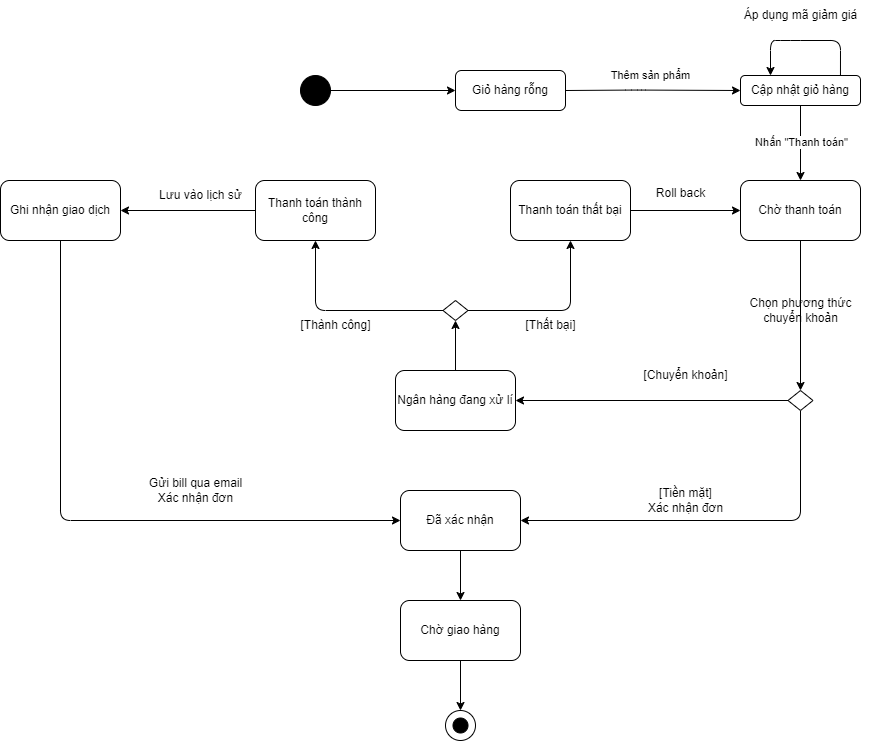
The draw.io diagram Sate Machine Diagram/Cart_Checkout.drawio.png in NguyenThaiDung2003/IT3120Nhom11, before a commit. Source tidied: cells renumbered, new cells last; positions are measured from the earlier drawing's top-left corner, leaving out a move shared by most shapes. The source it was exported from:
```xml
<mxGraphModel background="#FFFFFF">
  <root>
    <mxCell id="0" />
    <mxCell id="1" parent="0" />
    <mxCell id="2" value="Thanh toán thất bại" style="rounded=1;whiteSpace=wrap;html=1;" parent="1" vertex="1">
      <mxGeometry x="510" y="180" width="120" height="60" as="geometry" />
    </mxCell>
    <mxCell id="3" value="Thanh toán thành công" style="rounded=1;whiteSpace=wrap;html=1;" parent="1" vertex="1">
      <mxGeometry x="255" y="180" width="120" height="60" as="geometry" />
    </mxCell>
    <mxCell id="4" value="Giỏ hàng rỗng" style="rounded=1;whiteSpace=wrap;html=1;" parent="1" vertex="1">
      <mxGeometry x="455" y="70" width="110" height="40" as="geometry" />
    </mxCell>
    <mxCell id="5" value="Cập nhật giỏ hàng" style="rounded=1;whiteSpace=wrap;html=1;" parent="1" vertex="1">
      <mxGeometry x="740" y="75" width="120" height="30" as="geometry" />
    </mxCell>
    <mxCell id="6" value="Chờ thanh toán" style="rounded=1;whiteSpace=wrap;html=1;" parent="1" vertex="1">
      <mxGeometry x="740" y="180" width="120" height="60" as="geometry" />
    </mxCell>
    <mxCell id="7" value="Ngân hàng đang xử lí" style="rounded=1;whiteSpace=wrap;html=1;" parent="1" vertex="1">
      <mxGeometry x="395" y="370" width="120" height="60" as="geometry" />
    </mxCell>
    <mxCell id="8" style="ellipse;whiteSpace=wrap;html=1;fillColor=#000000;" parent="1" vertex="1">
      <mxGeometry x="300" y="75" width="30" height="30" as="geometry" />
    </mxCell>
    <mxCell id="9" style="endArrow=classic;html=1;exitX=1;exitY=0.5;exitDx=0;exitDy=0;entryX=0;entryY=0.5;entryDx=0;entryDy=0;" parent="1" edge="1" source="8" target="4">
      <mxGeometry relative="1" as="geometry" />
    </mxCell>
    <mxCell id="10" style="endArrow=classic;html=1;exitX=1;exitY=0.5;exitDx=0;exitDy=0;entryX=0;entryY=0.5;entryDx=0;entryDy=0;" parent="1" edge="1" source="4" target="5">
      <mxGeometry relative="1" as="geometry">
        <Array as="points">
          <mxPoint x="635" y="89.6" />
        </Array>
      </mxGeometry>
    </mxCell>
    <mxCell id="11" value="Thêm sản phẩm" style="edgeLabel;html=1;align=center;verticalAlign=middle;" parent="10" vertex="1">
      <mxGeometry x="0.01" relative="1" as="geometry">
        <mxPoint x="-3" y="-15" as="offset" />
      </mxGeometry>
    </mxCell>
    <mxCell id="12" style="endArrow=classic;html=1;exitX=0.5;exitY=1;exitDx=0;exitDy=0;entryX=0.5;entryY=0;entryDx=0;entryDy=0;" parent="1" edge="1" source="5" target="6">
      <mxGeometry relative="1" as="geometry" />
    </mxCell>
    <mxCell id="13" value="Nhấn &quot;Thanh toán&quot;" style="edgeLabel;html=1;align=center;verticalAlign=middle;" parent="12" vertex="1">
      <mxGeometry x="0.01" relative="1" as="geometry">
        <mxPoint y="-2" as="offset" />
      </mxGeometry>
    </mxCell>
    <mxCell id="14" style="endArrow=classic;html=1;exitX=0.5;exitY=1;exitDx=0;exitDy=0;entryX=0.5;entryY=0;entryDx=0;entryDy=0;" parent="1" edge="1" source="6" target="31">
      <mxGeometry relative="1" as="geometry" />
    </mxCell>
    <mxCell id="15" value="Chọn phương thức&lt;div&gt;chuyển khoản&lt;/div&gt;" style="text;html=1;align=center;verticalAlign=middle;strokeColor=none;fillColor=none;" parent="1" vertex="1">
      <mxGeometry x="735" y="290" width="130" height="40" as="geometry" />
    </mxCell>
    <mxCell id="16" style="endArrow=classic;html=1;exitX=0.5;exitY=0;exitDx=0;exitDy=0;entryX=0.5;entryY=1;entryDx=0;entryDy=0;" parent="1" edge="1" source="7" target="26">
      <mxGeometry relative="1" as="geometry" />
    </mxCell>
    <mxCell id="17" style="endArrow=classic;html=1;exitX=0.833;exitY=0;exitDx=0;exitDy=0;entryX=0.25;entryY=0;entryDx=0;entryDy=0;exitPerimeter=0;" parent="1" edge="1" source="5" target="5">
      <mxGeometry relative="1" as="geometry">
        <Array as="points">
          <mxPoint x="840" y="40" />
          <mxPoint x="790" y="40" />
          <mxPoint x="770" y="40" />
        </Array>
      </mxGeometry>
    </mxCell>
    <mxCell id="18" value="Áp dụng mã giảm giá" style="text;html=1;align=center;verticalAlign=middle;strokeColor=none;fillColor=none;" parent="1" vertex="1">
      <mxGeometry x="730" width="140" height="30" as="geometry" />
    </mxCell>
    <mxCell id="19" value="Gửi bill qua email&lt;div&gt;Xác nhận đơn&lt;/div&gt;" style="text;html=1;align=center;verticalAlign=middle;strokeColor=none;fillColor=none;" parent="1" vertex="1">
      <mxGeometry x="135" y="470" width="120" height="40" as="geometry" />
    </mxCell>
    <mxCell id="20" value="Chờ giao hàng" style="rounded=1;whiteSpace=wrap;html=1;" parent="1" vertex="1">
      <mxGeometry x="400" y="600" width="120" height="60" as="geometry" />
    </mxCell>
    <mxCell id="21" style="endArrow=classic;html=1;exitX=0.5;exitY=1;exitDx=0;exitDy=0;entryX=0.5;entryY=0;entryDx=0;entryDy=0;" parent="1" edge="1" source="20" target="22">
      <mxGeometry relative="1" as="geometry" />
    </mxCell>
    <mxCell id="22" style="ellipse;whiteSpace=wrap;html=1;" parent="1" vertex="1">
      <mxGeometry x="445" y="710" width="30" height="30" as="geometry" />
    </mxCell>
    <mxCell id="23" style="endArrow=classic;html=1;exitX=0.5;exitY=1;exitDx=0;exitDy=0;entryX=1;entryY=0.5;entryDx=0;entryDy=0;" parent="1" edge="1" source="31" target="39">
      <mxGeometry relative="1" as="geometry">
        <Array as="points">
          <mxPoint x="800" y="520" />
        </Array>
      </mxGeometry>
    </mxCell>
    <mxCell id="24" value="[Tiền mặt]&lt;br&gt;&lt;div&gt;&lt;span style=&quot;background-color: transparent;&quot;&gt;Xác nhận đơn&lt;/span&gt;&lt;/div&gt;" style="text;html=1;align=center;verticalAlign=middle;strokeColor=none;fillColor=none;" parent="1" vertex="1">
      <mxGeometry x="635" y="480" width="100" height="40" as="geometry" />
    </mxCell>
    <mxCell id="25" style="ellipse;whiteSpace=wrap;html=1;fillColor=#000000;" parent="1" vertex="1">
      <mxGeometry x="452.5" y="717.5" width="15" height="15" as="geometry" />
    </mxCell>
    <mxCell id="26" style="rhombus;whiteSpace=wrap;html=1;" parent="1" vertex="1">
      <mxGeometry x="442.5" y="300" width="25" height="20" as="geometry" />
    </mxCell>
    <mxCell id="27" style="endArrow=classic;html=1;exitX=0;exitY=0.5;exitDx=0;exitDy=0;entryX=0.5;entryY=1;entryDx=0;entryDy=0;" parent="1" edge="1" source="26" target="3">
      <mxGeometry relative="1" as="geometry">
        <Array as="points">
          <mxPoint x="315" y="310" />
        </Array>
      </mxGeometry>
    </mxCell>
    <mxCell id="28" style="endArrow=classic;html=1;exitX=1;exitY=0.5;exitDx=0;exitDy=0;entryX=0.5;entryY=1;entryDx=0;entryDy=0;" parent="1" edge="1" source="26" target="2">
      <mxGeometry relative="1" as="geometry">
        <Array as="points">
          <mxPoint x="570" y="310" />
        </Array>
      </mxGeometry>
    </mxCell>
    <mxCell id="29" value="[Thất bại]" style="text;html=1;align=center;verticalAlign=middle;strokeColor=none;fillColor=none;" parent="1" vertex="1">
      <mxGeometry x="515" y="310" width="70" height="30" as="geometry" />
    </mxCell>
    <mxCell id="30" value="[Thành công]" style="text;html=1;align=center;verticalAlign=middle;strokeColor=none;fillColor=none;" parent="1" vertex="1">
      <mxGeometry x="290" y="310" width="90" height="30" as="geometry" />
    </mxCell>
    <mxCell id="31" style="rhombus;whiteSpace=wrap;html=1;" parent="1" vertex="1">
      <mxGeometry x="787.5" y="390" width="25" height="20" as="geometry" />
    </mxCell>
    <mxCell id="32" style="endArrow=classic;html=1;exitX=0;exitY=0.5;exitDx=0;exitDy=0;entryX=1;entryY=0.5;entryDx=0;entryDy=0;" parent="1" edge="1" source="31" target="7">
      <mxGeometry relative="1" as="geometry" />
    </mxCell>
    <mxCell id="33" value="[Chuyển khoản]" style="text;html=1;align=center;verticalAlign=middle;strokeColor=none;fillColor=none;" parent="1" vertex="1">
      <mxGeometry x="630" y="360" width="110" height="30" as="geometry" />
    </mxCell>
    <mxCell id="34" value="&lt;span style=&quot;color: rgb(0, 0, 0); text-wrap-mode: nowrap;&quot;&gt;Ghi nhận giao dịch&lt;/span&gt;" style="rounded=1;whiteSpace=wrap;html=1;" parent="1" vertex="1">
      <mxGeometry y="180" width="120" height="60" as="geometry" />
    </mxCell>
    <mxCell id="35" style="endArrow=classic;html=1;exitX=0;exitY=0.5;exitDx=0;exitDy=0;entryX=1;entryY=0.5;entryDx=0;entryDy=0;" parent="1" edge="1" source="3" target="34">
      <mxGeometry relative="1" as="geometry" />
    </mxCell>
    <mxCell id="36" value="Lưu vào lịch sử" style="text;html=1;align=center;verticalAlign=middle;strokeColor=none;fillColor=none;" parent="1" vertex="1">
      <mxGeometry x="145" y="180" width="110" height="30" as="geometry" />
    </mxCell>
    <mxCell id="37" style="endArrow=classic;html=1;exitX=0.5;exitY=1;exitDx=0;exitDy=0;entryX=0;entryY=0.5;entryDx=0;entryDy=0;" parent="1" edge="1" source="34" target="39">
      <mxGeometry relative="1" as="geometry">
        <Array as="points">
          <mxPoint x="60" y="520" />
        </Array>
      </mxGeometry>
    </mxCell>
    <mxCell id="38" style="endArrow=classic;html=1;exitX=1;exitY=0.5;exitDx=0;exitDy=0;entryX=0;entryY=0.5;entryDx=0;entryDy=0;" parent="1" edge="1" source="2" target="6">
      <mxGeometry relative="1" as="geometry" />
    </mxCell>
    <mxCell id="39" value="Đã xác nhận" style="rounded=1;whiteSpace=wrap;html=1;" parent="1" vertex="1">
      <mxGeometry x="400" y="490" width="120" height="60" as="geometry" />
    </mxCell>
    <mxCell id="40" style="endArrow=classic;html=1;exitX=0.5;exitY=1;exitDx=0;exitDy=0;entryX=0.5;entryY=0;entryDx=0;entryDy=0;" parent="1" edge="1" source="39" target="20">
      <mxGeometry relative="1" as="geometry" />
    </mxCell>
    <mxCell id="41" value="Roll back" style="text;html=1;align=center;verticalAlign=middle;strokeColor=none;fillColor=none;" parent="1" vertex="1">
      <mxGeometry x="645" y="178" width="70" height="30" as="geometry" />
    </mxCell>
  </root>
</mxGraphModel>
```
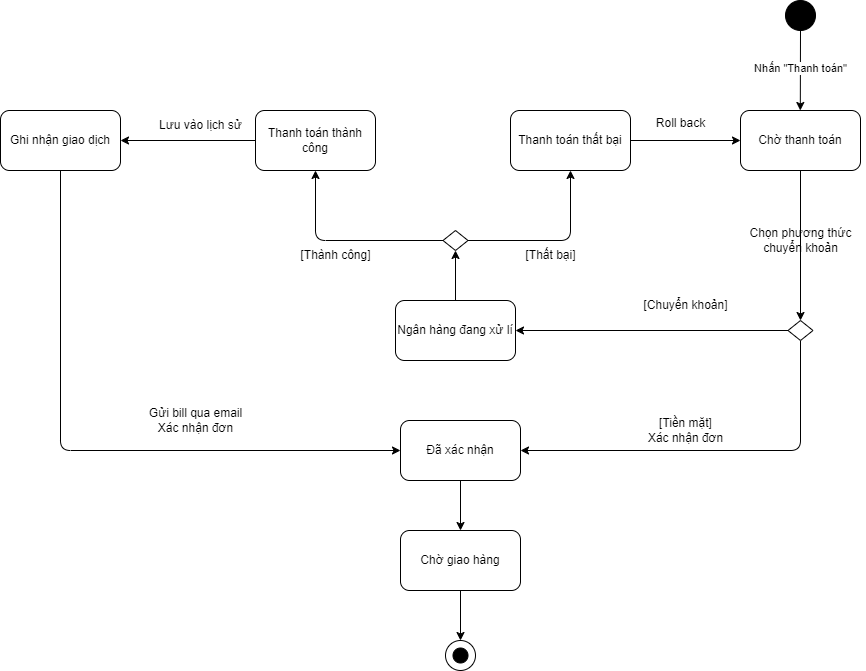
After the commit.

Commit message:
Sửa phần Máy trạng thái ( Thnah toán và giỏ hàng)

Change to the diagram source:
```diff
@@ -8,12 +8,6 @@
     <mxCell id="3" value="Thanh toán thành công" style="rounded=1;whiteSpace=wrap;html=1;" parent="1" vertex="1">
       <mxGeometry x="255" y="180" width="120" height="60" as="geometry" />
     </mxCell>
-    <mxCell id="4" value="Giỏ hàng rỗng" style="rounded=1;whiteSpace=wrap;html=1;" parent="1" vertex="1">
-      <mxGeometry x="455" y="70" width="110" height="40" as="geometry" />
-    </mxCell>
-    <mxCell id="5" value="Cập nhật giỏ hàng" style="rounded=1;whiteSpace=wrap;html=1;" parent="1" vertex="1">
-      <mxGeometry x="740" y="75" width="120" height="30" as="geometry" />
-    </mxCell>
     <mxCell id="6" value="Chờ thanh toán" style="rounded=1;whiteSpace=wrap;html=1;" parent="1" vertex="1">
       <mxGeometry x="740" y="180" width="120" height="60" as="geometry" />
     </mxCell>
@@ -21,25 +15,12 @@
       <mxGeometry x="395" y="370" width="120" height="60" as="geometry" />
     </mxCell>
     <mxCell id="8" style="ellipse;whiteSpace=wrap;html=1;fillColor=#000000;" parent="1" vertex="1">
-      <mxGeometry x="300" y="75" width="30" height="30" as="geometry" />
+      <mxGeometry x="785" y="70" width="30" height="30" as="geometry" />
     </mxCell>
-    <mxCell id="9" style="endArrow=classic;html=1;exitX=1;exitY=0.5;exitDx=0;exitDy=0;entryX=0;entryY=0.5;entryDx=0;entryDy=0;" parent="1" edge="1" source="8" target="4">
-      <mxGeometry relative="1" as="geometry" />
-    </mxCell>
-    <mxCell id="10" style="endArrow=classic;html=1;exitX=1;exitY=0.5;exitDx=0;exitDy=0;entryX=0;entryY=0.5;entryDx=0;entryDy=0;" parent="1" edge="1" source="4" target="5">
-      <mxGeometry relative="1" as="geometry">
-        <Array as="points">
-          <mxPoint x="635" y="89.6" />
-        </Array>
-      </mxGeometry>
-    </mxCell>
-    <mxCell id="11" value="Thêm sản phẩm" style="edgeLabel;html=1;align=center;verticalAlign=middle;" parent="10" vertex="1">
-      <mxGeometry x="0.01" relative="1" as="geometry">
-        <mxPoint x="-3" y="-15" as="offset" />
-      </mxGeometry>
-    </mxCell>
-    <mxCell id="12" style="endArrow=classic;html=1;exitX=0.5;exitY=1;exitDx=0;exitDy=0;entryX=0.5;entryY=0;entryDx=0;entryDy=0;" parent="1" edge="1" source="5" target="6">
-      <mxGeometry relative="1" as="geometry" />
+    <mxCell id="12" style="endArrow=classic;html=1;exitX=0.5;exitY=1;exitDx=0;exitDy=0;entryX=0.5;entryY=0;entryDx=0;entryDy=0;" parent="1" edge="1" source="8">
+      <mxGeometry relative="1" as="geometry">
+        <mxPoint x="799.8" y="180" as="targetPoint" />
+      </mxGeometry>
     </mxCell>
     <mxCell id="13" value="Nhấn &quot;Thanh toán&quot;" style="edgeLabel;html=1;align=center;verticalAlign=middle;" parent="12" vertex="1">
       <mxGeometry x="0.01" relative="1" as="geometry">
@@ -55,18 +36,6 @@
     <mxCell id="16" style="endArrow=classic;html=1;exitX=0.5;exitY=0;exitDx=0;exitDy=0;entryX=0.5;entryY=1;entryDx=0;entryDy=0;" parent="1" edge="1" source="7" target="26">
       <mxGeometry relative="1" as="geometry" />
     </mxCell>
-    <mxCell id="17" style="endArrow=classic;html=1;exitX=0.833;exitY=0;exitDx=0;exitDy=0;entryX=0.25;entryY=0;entryDx=0;entryDy=0;exitPerimeter=0;" parent="1" edge="1" source="5" target="5">
-      <mxGeometry relative="1" as="geometry">
-        <Array as="points">
-          <mxPoint x="840" y="40" />
-          <mxPoint x="790" y="40" />
-          <mxPoint x="770" y="40" />
-        </Array>
-      </mxGeometry>
-    </mxCell>
-    <mxCell id="18" value="Áp dụng mã giảm giá" style="text;html=1;align=center;verticalAlign=middle;strokeColor=none;fillColor=none;" parent="1" vertex="1">
-      <mxGeometry x="730" width="140" height="30" as="geometry" />
-    </mxCell>
     <mxCell id="19" value="Gửi bill qua email&lt;div&gt;Xác nhận đơn&lt;/div&gt;" style="text;html=1;align=center;verticalAlign=middle;strokeColor=none;fillColor=none;" parent="1" vertex="1">
       <mxGeometry x="135" y="470" width="120" height="40" as="geometry" />
     </mxCell>
```
